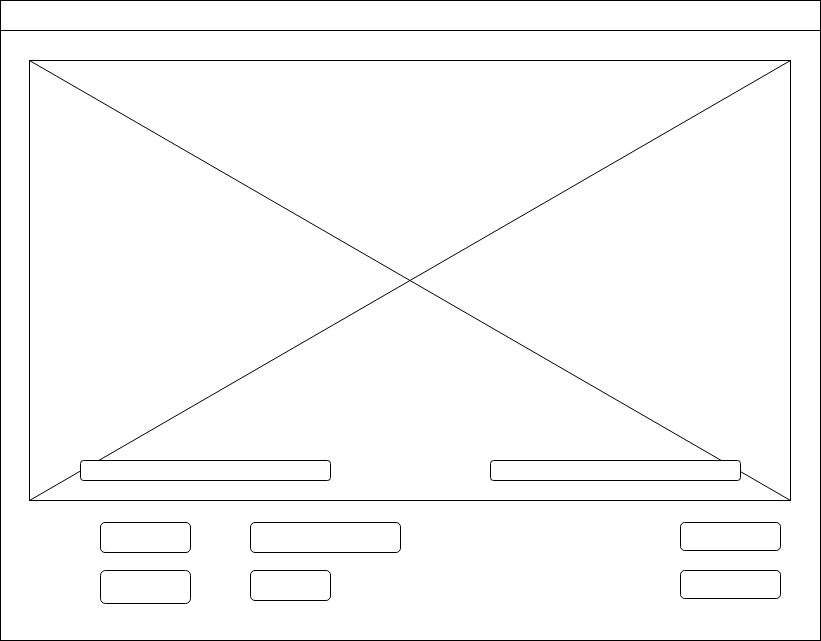
Above: Diseños y Modelos/vistaPartida.png in Prodiegus/Kriegspanzer (draw.io), before the change. Source tidied: cells renumbered, new cells last; positions are measured from the earlier drawing's top-left corner, leaving out a move shared by most shapes.
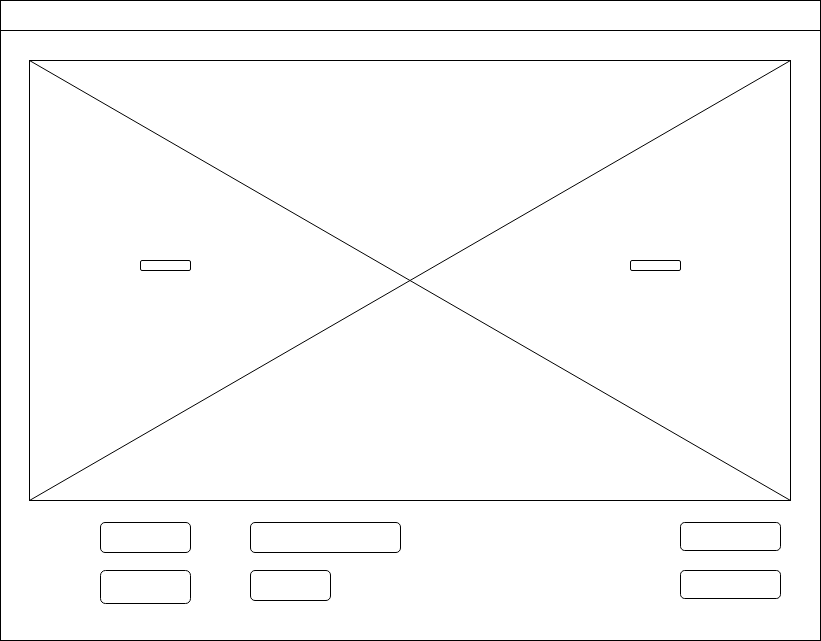
After the change.

The edit, as a diff of the source:
```diff
@@ -33,10 +33,10 @@
       <mxGeometry x="680" y="522" width="100" height="28" as="geometry" />
     </mxCell>
     <mxCell id="12" style="rounded=1;whiteSpace=wrap;html=1;" parent="1" vertex="1">
-      <mxGeometry x="80" y="460" width="250" height="20" as="geometry" />
+      <mxGeometry x="140" y="260" width="50" height="10" as="geometry" />
     </mxCell>
-    <mxCell id="13" style="rounded=1;whiteSpace=wrap;html=1;" parent="1" vertex="1">
-      <mxGeometry x="490" y="460" width="250" height="20" as="geometry" />
-    </mxCell>
+    <mxCell id="14" style="rounded=1;whiteSpace=wrap;html=1;" parent="1" vertex="1">
+      <mxGeometry x="630" y="260" width="50" height="10" as="geometry" />
+    </mxCell>
   </root>
 </mxGraphModel>
```
